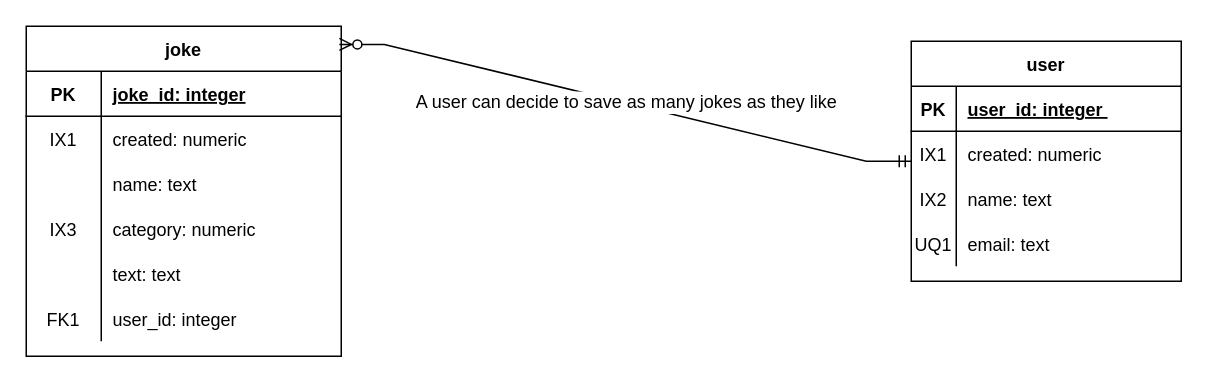
Before: docs/work/erd.drawio in ddc-java-14/giggle, a draw.io diagram. Source tidied: cells renumbered, new cells numbered last; positions are measured from the earlier drawing's top-left corner, leaving out a move shared by most shapes. Both pictures are drawn from the tidied source at 150%, with x=0, y=0 at pixel (26, 26).
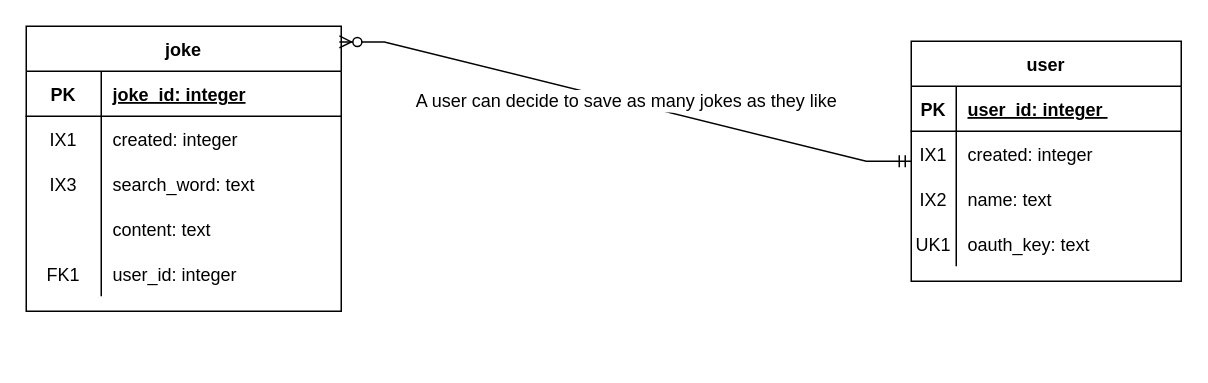
The same diagram, later.

Commit message (it also covers changes not shown here):
Upadated entities and erd

Unchanged cells that the change refers to:
```xml
<mxCell id="6" style="shape=partialRectangle;fillColor=none;top=0;left=0;bottom=0;right=0;" parent="2" vertex="1">
  <mxGeometry y="60" width="180" height="30" as="geometry" />
</mxCell>
<mxCell id="12" style="shape=partialRectangle;fillColor=none;top=0;left=0;bottom=0;right=0;" parent="2" vertex="1">
  <mxGeometry y="120" width="180" height="30" as="geometry" />
</mxCell>
<mxCell id="19" style="shape=partialRectangle;fillColor=none;top=0;left=0;bottom=0;right=0;" parent="15" vertex="1">
  <mxGeometry y="60" width="210" height="30" as="geometry" />
</mxCell>
```

Change to the diagram source:
```diff
@@
-    <mxCell id="8" value="created: numeric" style="shape=partialRectangle;fillColor=none;top=0;left=0;bottom=0;right=0;align=left;spacingLeft=6;overflow=hidden;" parent="6" vertex="1">
+    <mxCell id="8" value="created: integer" style="shape=partialRectangle;fillColor=none;top=0;left=0;bottom=0;right=0;align=left;spacingLeft=6;overflow=hidden;" parent="6" vertex="1">
       <mxGeometry x="30" width="150" height="30" as="geometry" />
     </mxCell>
@@
-    <mxCell id="13" value="UQ1" style="shape=partialRectangle;fillColor=none;top=0;left=0;bottom=0;right=0;overflow=hidden;" parent="12" vertex="1">
+    <mxCell id="13" value="UK1" style="shape=partialRectangle;fillColor=none;top=0;left=0;bottom=0;right=0;overflow=hidden;" parent="12" vertex="1">
       <mxGeometry width="30" height="30" as="geometry" />
     </mxCell>
-    <mxCell id="14" value="email: text" style="shape=partialRectangle;fillColor=none;top=0;left=0;bottom=0;right=0;align=left;spacingLeft=6;overflow=hidden;" parent="12" vertex="1">
+    <mxCell id="14" value="oauth_key: text" style="shape=partialRectangle;fillColor=none;top=0;left=0;bottom=0;right=0;align=left;spacingLeft=6;overflow=hidden;" parent="12" vertex="1">
       <mxGeometry x="30" width="150" height="30" as="geometry" />
     </mxCell>
     <mxCell id="15" value="joke" style="shape=table;startSize=30;childLayout=tableLayout;rowLines=0;fontStyle=1;align=center;" parent="1" vertex="1">
-      <mxGeometry width="210" height="220" as="geometry" />
+      <mxGeometry width="210" height="190" as="geometry" />
     </mxCell>
@@
-    <mxCell id="21" value="created: numeric" style="shape=partialRectangle;fillColor=none;top=0;left=0;bottom=0;right=0;align=left;spacingLeft=6;overflow=hidden;" parent="19" vertex="1">
+    <mxCell id="21" value="created: integer" style="shape=partialRectangle;fillColor=none;top=0;left=0;bottom=0;right=0;align=left;spacingLeft=6;overflow=hidden;" parent="19" vertex="1">
       <mxGeometry x="50" width="160" height="30" as="geometry" />
     </mxCell>
-    <mxCell id="22" style="shape=partialRectangle;fillColor=none;top=0;left=0;bottom=0;right=0;" parent="15" vertex="1">
-      <mxGeometry y="90" width="210" height="30" as="geometry" />
-    </mxCell>
-    <mxCell id="23" style="shape=partialRectangle;fillColor=none;top=0;left=0;bottom=0;right=0;overflow=hidden;" parent="22" vertex="1">
-      <mxGeometry width="50" height="30" as="geometry" />
-    </mxCell>
-    <mxCell id="24" value="name: text" style="shape=partialRectangle;fillColor=none;top=0;left=0;bottom=0;right=0;align=left;spacingLeft=6;overflow=hidden;" parent="22" vertex="1">
-      <mxGeometry x="50" width="160" height="30" as="geometry" />
-    </mxCell>
     <mxCell id="25" style="shape=partialRectangle;fillColor=none;top=0;left=0;bottom=0;right=0;" parent="15" vertex="1">
-      <mxGeometry y="120" width="210" height="30" as="geometry" />
+      <mxGeometry y="90" width="210" height="30" as="geometry" />
     </mxCell>
@@
-    <mxCell id="27" value="category: numeric" style="shape=partialRectangle;fillColor=none;top=0;left=0;bottom=0;right=0;align=left;spacingLeft=6;overflow=hidden;" parent="25" vertex="1">
+    <mxCell id="27" value="search_word: text" style="shape=partialRectangle;fillColor=none;top=0;left=0;bottom=0;right=0;align=left;spacingLeft=6;overflow=hidden;" parent="25" vertex="1">
       <mxGeometry x="50" width="160" height="30" as="geometry" />
     </mxCell>
     <mxCell id="28" style="shape=partialRectangle;fillColor=none;top=0;left=0;bottom=0;right=0;" parent="15" vertex="1">
-      <mxGeometry y="150" width="210" height="30" as="geometry" />
+      <mxGeometry y="120" width="210" height="30" as="geometry" />
     </mxCell>
@@
-    <mxCell id="30" value="text: text" style="shape=partialRectangle;fillColor=none;top=0;left=0;bottom=0;right=0;align=left;spacingLeft=6;overflow=hidden;" parent="28" vertex="1">
+    <mxCell id="30" value="content: text" style="shape=partialRectangle;fillColor=none;top=0;left=0;bottom=0;right=0;align=left;spacingLeft=6;overflow=hidden;" parent="28" vertex="1">
       <mxGeometry x="50" width="160" height="30" as="geometry" />
     </mxCell>
     <mxCell id="31" style="shape=partialRectangle;fillColor=none;top=0;left=0;bottom=0;right=0;" parent="15" vertex="1">
-      <mxGeometry y="180" width="210" height="30" as="geometry" />
+      <mxGeometry y="150" width="210" height="30" as="geometry" />
     </mxCell>
```
